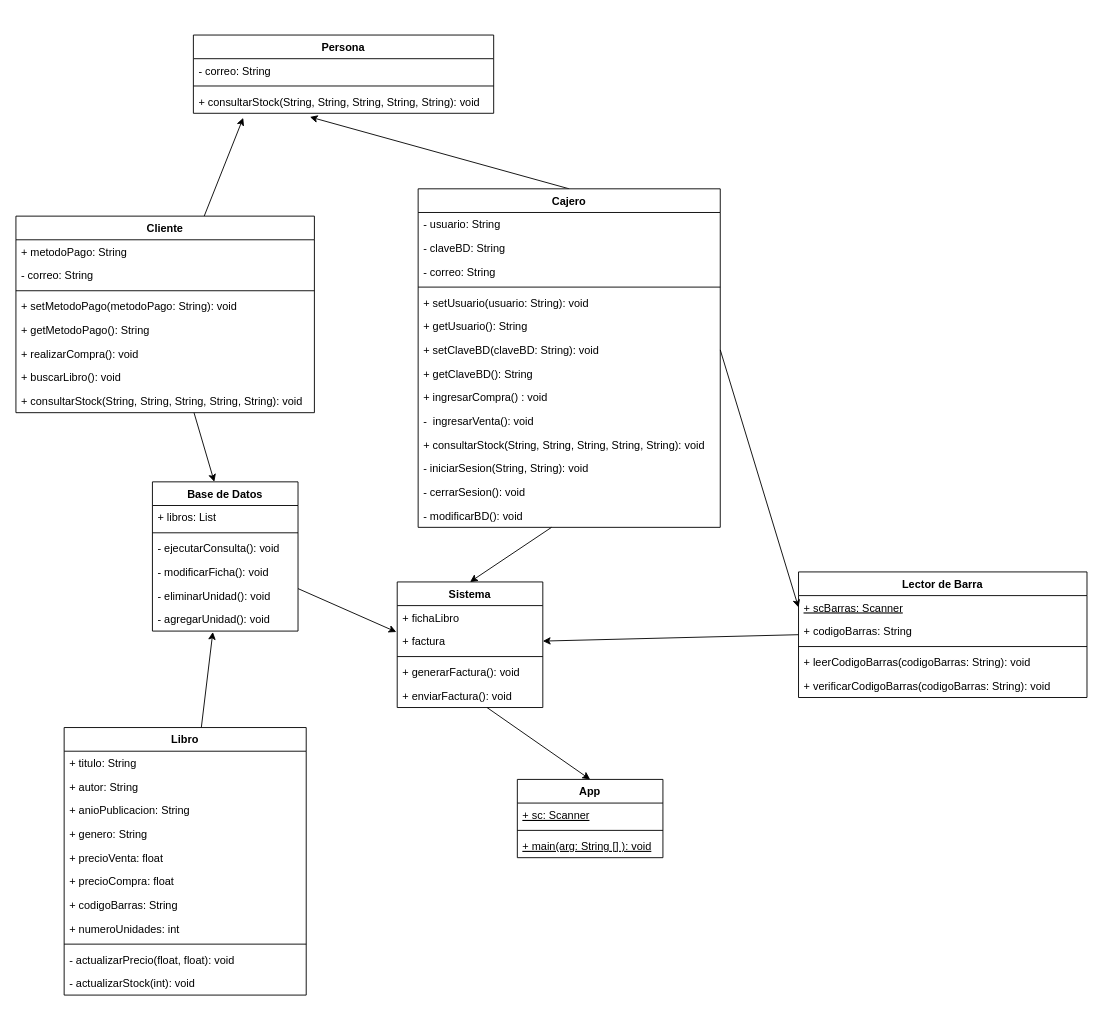
Before: design/DC_PrjL.dio in AlejandroTTD/Chapter-Connect-Library, a draw.io diagram. Source tidied: cells renumbered, new cells numbered last; positions are measured from the earlier drawing's top-left corner, leaving out a move shared by most shapes. Both pictures are drawn from the tidied source at 91%, with x=0, y=0 at pixel (15, 35).
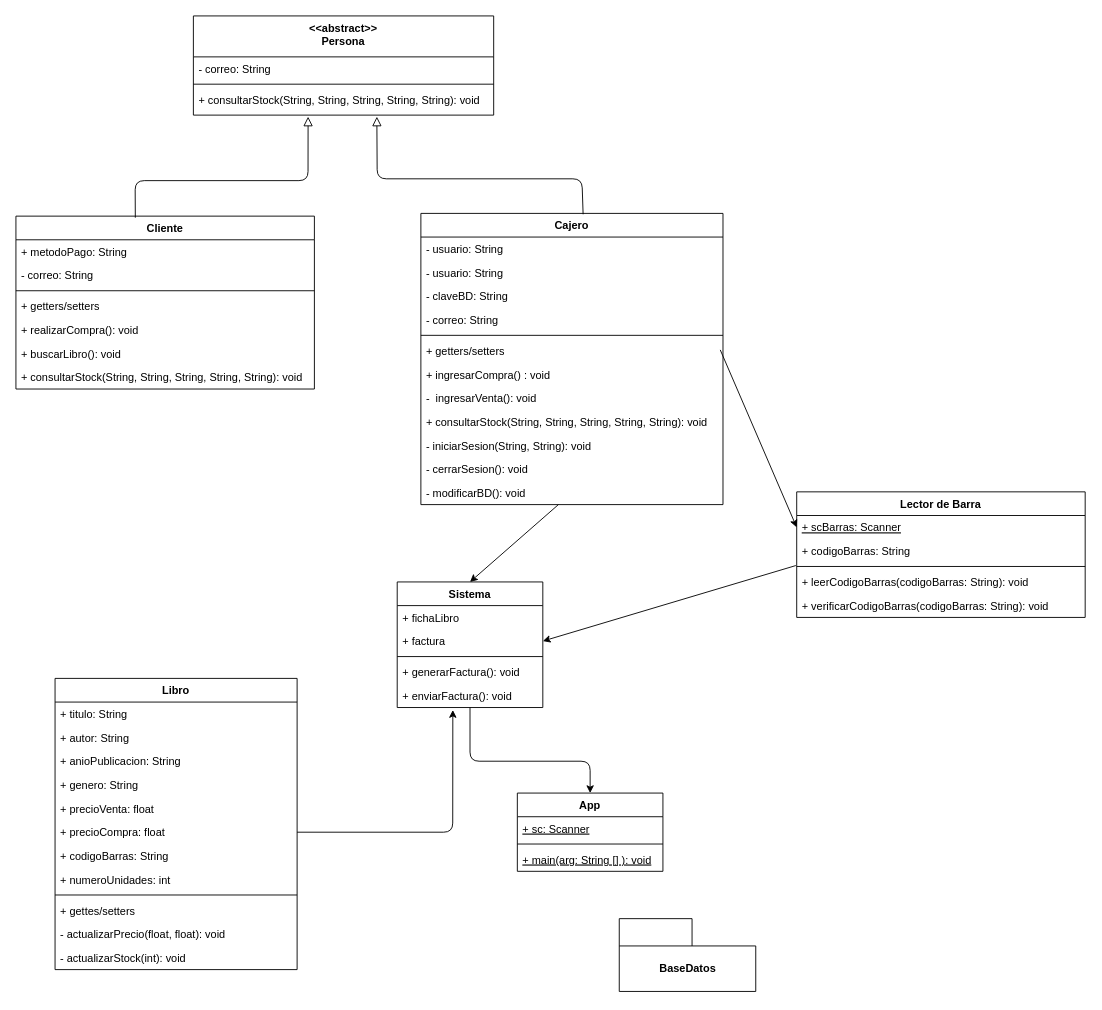
Above is the later version.

The change refers to these unchanged cells:
```xml
<mxCell id="34" value="+ scBarras: Scanner" style="text;strokeColor=none;fillColor=none;align=left;verticalAlign=top;spacingLeft=4;spacingRight=4;overflow=hidden;points=[[0,0.5],[1,0.5]];portConstraint=eastwest;fontStyle=4;" parent="33" vertex="1">
  <mxGeometry y="26" width="317" height="26" as="geometry" />
</mxCell>
<mxCell id="35" value="+ codigoBarras: String" style="text;strokeColor=none;fillColor=none;align=left;verticalAlign=top;spacingLeft=4;spacingRight=4;overflow=hidden;points=[[0,0.5],[1,0.5]];portConstraint=eastwest;" parent="33" vertex="1">
  <mxGeometry y="52" width="317" height="26" as="geometry" />
</mxCell>
<mxCell id="53" value="+ factura" style="text;strokeColor=none;fillColor=none;align=left;verticalAlign=top;spacingLeft=4;spacingRight=4;overflow=hidden;points=[[0,0.5],[1,0.5]];portConstraint=eastwest;" parent="51" vertex="1">
  <mxGeometry y="52" width="160" height="26" as="geometry" />
</mxCell>
<mxCell id="56" value="+ enviarFactura(): void" style="text;strokeColor=none;fillColor=none;align=left;verticalAlign=top;spacingLeft=4;spacingRight=4;overflow=hidden;points=[[0,0.5],[1,0.5]];portConstraint=eastwest;" parent="51" vertex="1">
  <mxGeometry y="112" width="160" height="26" as="geometry" />
</mxCell>
<mxCell id="64" value="+ precioCompra: float" style="text;strokeColor=none;fillColor=none;align=left;verticalAlign=top;spacingLeft=4;spacingRight=4;overflow=hidden;points=[[0,0.5],[1,0.5]];portConstraint=eastwest;" parent="58" vertex="1">
  <mxGeometry y="156" width="266" height="26" as="geometry" />
</mxCell>
```

Change to the diagram source:
```diff
@@
-    <mxCell id="2" style="edgeStyle=none;html=1;entryX=0.166;entryY=1.192;entryDx=0;entryDy=0;entryPerimeter=0;" parent="1" edge="1" source="4" target="32">
-      <mxGeometry relative="1" as="geometry" />
-    </mxCell>
-    <mxCell id="3" style="edgeStyle=none;html=1;entryX=0.425;entryY=0;entryDx=0;entryDy=0;entryPerimeter=0;" parent="1" edge="1" source="4" target="40">
-      <mxGeometry relative="1" as="geometry" />
-    </mxCell>
     <mxCell id="4" value="Cliente" style="swimlane;fontStyle=1;align=center;verticalAlign=top;horizontal=1;startSize=26;" parent="1" vertex="1">
-      <mxGeometry y="199" width="328" height="216" as="geometry" />
+      <mxGeometry y="199" width="328" height="190" as="geometry" />
     </mxCell>
@@
-    <mxCell id="8" value="+ setMetodoPago(metodoPago: String): void" style="text;strokeColor=none;fillColor=none;align=left;verticalAlign=top;spacingLeft=4;spacingRight=4;overflow=hidden;" parent="4" vertex="1">
+    <mxCell id="8" value="+ getters/setters" style="text;strokeColor=none;fillColor=none;align=left;verticalAlign=top;spacingLeft=4;spacingRight=4;overflow=hidden;" parent="4" vertex="1">
       <mxGeometry y="86" width="328" height="26" as="geometry" />
     </mxCell>
-    <mxCell id="9" value="+ getMetodoPago(): String" style="text;strokeColor=none;fillColor=none;align=left;verticalAlign=top;spacingLeft=4;spacingRight=4;overflow=hidden;" parent="4" vertex="1">
-      <mxGeometry y="112" width="328" height="26" as="geometry" />
-    </mxCell>
     <mxCell id="10" value="+ realizarCompra(): void" style="text;strokeColor=none;fillColor=none;align=left;verticalAlign=top;spacingLeft=4;spacingRight=4;overflow=hidden;" parent="4" vertex="1">
-      <mxGeometry y="138" width="328" height="26" as="geometry" />
+      <mxGeometry y="112" width="328" height="26" as="geometry" />
     </mxCell>
     <mxCell id="11" value="+ buscarLibro(): void" style="text;strokeColor=none;fillColor=none;align=left;verticalAlign=top;spacingLeft=4;spacingRight=4;overflow=hidden;" parent="4" vertex="1">
-      <mxGeometry y="164" width="328" height="26" as="geometry" />
+      <mxGeometry y="138" width="328" height="26" as="geometry" />
     </mxCell>
     <mxCell id="12" value="+ consultarStock(String, String, String, String, String): void" style="text;strokeColor=none;fillColor=none;align=left;verticalAlign=top;spacingLeft=4;spacingRight=4;overflow=hidden;" parent="4" vertex="1">
-      <mxGeometry y="190" width="328" height="26" as="geometry" />
+      <mxGeometry y="164" width="328" height="26" as="geometry" />
     </mxCell>
-    <mxCell id="13" style="edgeStyle=none;html=1;entryX=0.388;entryY=1.154;entryDx=0;entryDy=0;entryPerimeter=0;exitX=0.5;exitY=0;exitDx=0;exitDy=0;" parent="1" edge="1" source="14" target="32">
-      <mxGeometry relative="1" as="geometry" />
-    </mxCell>
     <mxCell id="14" value="Cajero" style="swimlane;fontStyle=1;align=center;verticalAlign=top;horizontal=1;startSize=26;" parent="1" vertex="1">
-      <mxGeometry x="442" y="169" width="332" height="372" as="geometry" />
+      <mxGeometry x="445" y="196" width="332" height="320" as="geometry" />
     </mxCell>
+    <mxCell id="74" value="- usuario: String" style="text;strokeColor=none;fillColor=none;align=left;verticalAlign=top;spacingLeft=4;spacingRight=4;overflow=hidden;" parent="14" vertex="1">
+      <mxGeometry y="26" width="332" height="26" as="geometry" />
+    </mxCell>
     <mxCell id="15" value="- usuario: String" style="text;strokeColor=none;fillColor=none;align=left;verticalAlign=top;spacingLeft=4;spacingRight=4;overflow=hidden;" parent="14" vertex="1">
-      <mxGeometry y="26" width="332" height="26" as="geometry" />
+      <mxGeometry y="52" width="332" height="26" as="geometry" />
     </mxCell>
     <mxCell id="16" value="- claveBD: String" style="text;strokeColor=none;fillColor=none;align=left;verticalAlign=top;spacingLeft=4;spacingRight=4;overflow=hidden;" parent="14" vertex="1">
-      <mxGeometry y="52" width="332" height="26" as="geometry" />
+      <mxGeometry y="78" width="332" height="26" as="geometry" />
     </mxCell>
     <mxCell id="17" value="- correo: String" style="text;strokeColor=none;fillColor=none;align=left;verticalAlign=top;spacingLeft=4;spacingRight=4;overflow=hidden;" parent="14" vertex="1">
-      <mxGeometry y="78" width="332" height="26" as="geometry" />
+      <mxGeometry y="104" width="332" height="26" as="geometry" />
     </mxCell>
     <mxCell id="18" style="line;strokeWidth=1;fillColor=none;align=left;verticalAlign=middle;spacingTop=-1;spacingLeft=3;spacingRight=3;labelPosition=right;strokeColor=inherit;" parent="14" vertex="1">
-      <mxGeometry y="104" width="332" height="8" as="geometry" />
+      <mxGeometry y="130" width="332" height="8" as="geometry" />
     </mxCell>
-    <mxCell id="19" value="+ setUsuario(usuario: String): void" style="text;strokeColor=none;fillColor=none;align=left;verticalAlign=top;spacingLeft=4;spacingRight=4;overflow=hidden;" parent="14" vertex="1">
-      <mxGeometry y="112" width="332" height="26" as="geometry" />
+    <mxCell id="19" value="+ getters/setters" style="text;strokeColor=none;fillColor=none;align=left;verticalAlign=top;spacingLeft=4;spacingRight=4;overflow=hidden;" parent="14" vertex="1">
+      <mxGeometry y="138" width="332" height="26" as="geometry" />
     </mxCell>
-    <mxCell id="20" value="+ getUsuario(): String" style="text;strokeColor=none;fillColor=none;align=left;verticalAlign=top;spacingLeft=4;spacingRight=4;overflow=hidden;" parent="14" vertex="1">
-      <mxGeometry y="138" width="332" height="26" as="geometry" />
-    </mxCell>
-    <mxCell id="21" value="+ setClaveBD(claveBD: String): void" style="text;strokeColor=none;fillColor=none;align=left;verticalAlign=top;spacingLeft=4;spacingRight=4;overflow=hidden;points=[[0,0.5],[1,0.5]];portConstraint=eastwest;" parent="14" vertex="1">
-      <mxGeometry y="164" width="332" height="26" as="geometry" />
-    </mxCell>
-    <mxCell id="22" value="+ getClaveBD(): String" style="text;strokeColor=none;fillColor=none;align=left;verticalAlign=top;spacingLeft=4;spacingRight=4;overflow=hidden;" parent="14" vertex="1">
-      <mxGeometry y="190" width="332" height="26" as="geometry" />
-    </mxCell>
     <mxCell id="23" value="+ ingresarCompra() : void" style="text;strokeColor=none;fillColor=none;align=left;verticalAlign=top;spacingLeft=4;spacingRight=4;overflow=hidden;" parent="14" vertex="1">
-      <mxGeometry y="216" width="332" height="26" as="geometry" />
+      <mxGeometry y="164" width="332" height="26" as="geometry" />
     </mxCell>
     <mxCell id="24" value="-  ingresarVenta(): void" style="text;strokeColor=none;fillColor=none;align=left;verticalAlign=top;spacingLeft=4;spacingRight=4;overflow=hidden;" parent="14" vertex="1">
-      <mxGeometry y="242" width="332" height="26" as="geometry" />
+      <mxGeometry y="190" width="332" height="26" as="geometry" />
     </mxCell>
     <mxCell id="25" value="+ consultarStock(String, String, String, String, String): void" style="text;strokeColor=none;fillColor=none;align=left;verticalAlign=top;spacingLeft=4;spacingRight=4;overflow=hidden;" parent="14" vertex="1">
-      <mxGeometry y="268" width="332" height="26" as="geometry" />
+      <mxGeometry y="216" width="332" height="26" as="geometry" />
     </mxCell>
     <mxCell id="26" value="- iniciarSesion(String, String): void" style="text;strokeColor=none;fillColor=none;align=left;verticalAlign=top;spacingLeft=4;spacingRight=4;overflow=hidden;" parent="14" vertex="1">
-      <mxGeometry y="294" width="332" height="26" as="geometry" />
+      <mxGeometry y="242" width="332" height="26" as="geometry" />
     </mxCell>
     <mxCell id="27" value="- cerrarSesion(): void" style="text;strokeColor=none;fillColor=none;align=left;verticalAlign=top;spacingLeft=4;spacingRight=4;overflow=hidden;" parent="14" vertex="1">
-      <mxGeometry y="320" width="332" height="26" as="geometry" />
+      <mxGeometry y="268" width="332" height="26" as="geometry" />
     </mxCell>
     <mxCell id="28" value="- modificarBD(): void&#10;" style="text;strokeColor=none;fillColor=none;align=left;verticalAlign=top;spacingLeft=4;spacingRight=4;overflow=hidden;points=[[0,0.5],[1,0.5]];portConstraint=eastwest;" parent="14" vertex="1">
-      <mxGeometry y="346" width="332" height="26" as="geometry" />
+      <mxGeometry y="294" width="332" height="26" as="geometry" />
     </mxCell>
-    <mxCell id="29" value="Persona" style="swimlane;fontStyle=1;align=center;verticalAlign=top;horizontal=1;startSize=26;" parent="1" vertex="1">
-      <mxGeometry x="195" width="330" height="86" as="geometry" />
+    <mxCell id="29" value="&lt;&lt;abstract&gt;&gt;&#10;Persona" style="swimlane;fontStyle=1;align=center;verticalAlign=top;horizontal=1;startSize=45;" parent="1" vertex="1">
+      <mxGeometry x="195" y="-21" width="330" height="109" as="geometry" />
     </mxCell>
     <mxCell id="30" value="- correo: String" style="text;strokeColor=none;fillColor=none;align=left;verticalAlign=top;spacingLeft=4;spacingRight=4;overflow=hidden;" parent="29" vertex="1">
-      <mxGeometry y="26" width="330" height="26" as="geometry" />
+      <mxGeometry y="45" width="330" height="26" as="geometry" />
     </mxCell>
     <mxCell id="31" style="line;strokeWidth=1;fillColor=none;align=left;verticalAlign=middle;spacingTop=-1;spacingLeft=3;spacingRight=3;labelPosition=right;strokeColor=inherit;" parent="29" vertex="1">
-      <mxGeometry y="52" width="330" height="8" as="geometry" />
+      <mxGeometry y="71" width="330" height="8" as="geometry" />
     </mxCell>
     <mxCell id="32" value="+ consultarStock(String, String, String, String, String): void" style="text;strokeColor=none;fillColor=none;align=left;verticalAlign=top;spacingLeft=4;spacingRight=4;overflow=hidden;points=[[0,0.5],[1,0.5]];portConstraint=eastwest;" parent="29" vertex="1">
-      <mxGeometry y="60" width="330" height="26" as="geometry" />
+      <mxGeometry y="79" width="330" height="30" as="geometry" />
     </mxCell>
     <mxCell id="33" value="Lector de Barra" style="swimlane;fontStyle=1;align=center;verticalAlign=top;horizontal=1;startSize=26;" parent="1" vertex="1">
-      <mxGeometry x="860" y="590" width="317" height="138" as="geometry" />
+      <mxGeometry x="858" y="502" width="317" height="138" as="geometry" />
     </mxCell>
@@
-    <mxCell id="39" style="edgeStyle=none;html=1;entryX=-0.006;entryY=0.115;entryDx=0;entryDy=0;entryPerimeter=0;" parent="1" edge="1" source="40" target="53">
-      <mxGeometry relative="1" as="geometry" />
-    </mxCell>
-    <mxCell id="40" value="Base de Datos" style="swimlane;fontStyle=1;align=center;verticalAlign=top;horizontal=1;startSize=26;" parent="1" vertex="1">
-      <mxGeometry x="150" y="491" width="160" height="164" as="geometry" />
-    </mxCell>
-    <mxCell id="41" value="+ libros: List" style="text;strokeColor=none;fillColor=none;align=left;verticalAlign=top;spacingLeft=4;spacingRight=4;overflow=hidden;" parent="40" vertex="1">
-      <mxGeometry y="26" width="160" height="26" as="geometry" />
-    </mxCell>
-    <mxCell id="42" style="line;strokeWidth=1;fillColor=none;align=left;verticalAlign=middle;spacingTop=-1;spacingLeft=3;spacingRight=3;labelPosition=right;strokeColor=inherit;" parent="40" vertex="1">
-      <mxGeometry y="52" width="160" height="8" as="geometry" />
-    </mxCell>
-    <mxCell id="43" value="- ejecutarConsulta(): void" style="text;strokeColor=none;fillColor=none;align=left;verticalAlign=top;spacingLeft=4;spacingRight=4;overflow=hidden;" parent="40" vertex="1">
-      <mxGeometry y="60" width="160" height="26" as="geometry" />
-    </mxCell>
-    <mxCell id="44" value="- modificarFicha(): void" style="text;strokeColor=none;fillColor=none;align=left;verticalAlign=top;spacingLeft=4;spacingRight=4;overflow=hidden;" parent="40" vertex="1">
-      <mxGeometry y="86" width="160" height="26" as="geometry" />
-    </mxCell>
-    <mxCell id="45" value="- eliminarUnidad(): void" style="text;strokeColor=none;fillColor=none;align=left;verticalAlign=top;spacingLeft=4;spacingRight=4;overflow=hidden;" parent="40" vertex="1">
-      <mxGeometry y="112" width="160" height="26" as="geometry" />
-    </mxCell>
-    <mxCell id="46" value="- agregarUnidad(): void" style="text;strokeColor=none;fillColor=none;align=left;verticalAlign=top;spacingLeft=4;spacingRight=4;overflow=hidden;points=[[0,0.5],[1,0.5]];portConstraint=eastwest;" parent="40" vertex="1">
-      <mxGeometry y="138" width="160" height="26" as="geometry" />
-    </mxCell>
     <mxCell id="47" value="App" style="swimlane;fontStyle=1;align=center;verticalAlign=top;horizontal=1;startSize=26;" parent="1" vertex="1">
-      <mxGeometry x="551" y="818" width="160" height="86" as="geometry" />
+      <mxGeometry x="551" y="833" width="160" height="86" as="geometry" />
     </mxCell>
@@
-    <mxCell id="57" style="edgeStyle=none;html=1;entryX=0.415;entryY=1.038;entryDx=0;entryDy=0;entryPerimeter=0;" parent="1" edge="1" source="58" target="46">
-      <mxGeometry relative="1" as="geometry" />
-    </mxCell>
     <mxCell id="58" value="Libro" style="swimlane;fontStyle=1;align=center;verticalAlign=top;horizontal=1;startSize=26;" parent="1" vertex="1">
-      <mxGeometry x="53" y="761" width="266" height="294" as="geometry" />
+      <mxGeometry x="43" y="707" width="266" height="320" as="geometry" />
     </mxCell>
@@
+    <mxCell id="75" value="+ gettes/setters&#10;" style="text;strokeColor=none;fillColor=none;align=left;verticalAlign=top;spacingLeft=4;spacingRight=4;overflow=hidden;" parent="58" vertex="1">
+      <mxGeometry y="242" width="266" height="26" as="geometry" />
+    </mxCell>
     <mxCell id="68" value="- actualizarPrecio(float, float): void" style="text;strokeColor=none;fillColor=none;align=left;verticalAlign=top;spacingLeft=4;spacingRight=4;overflow=hidden;" parent="58" vertex="1">
-      <mxGeometry y="242" width="266" height="26" as="geometry" />
+      <mxGeometry y="268" width="266" height="26" as="geometry" />
     </mxCell>
     <mxCell id="69" value="- actualizarStock(int): void" style="text;strokeColor=none;fillColor=none;align=left;verticalAlign=top;spacingLeft=4;spacingRight=4;overflow=hidden;" parent="58" vertex="1">
-      <mxGeometry y="268" width="266" height="26" as="geometry" />
+      <mxGeometry y="294" width="266" height="26" as="geometry" />
     </mxCell>
-    <mxCell id="70" style="edgeStyle=none;html=1;exitX=1;exitY=0.5;exitDx=0;exitDy=0;entryX=0;entryY=0.5;entryDx=0;entryDy=0;" parent="1" edge="1" source="21" target="34">
-      <mxGeometry relative="1" as="geometry" />
+    <mxCell id="70" style="edgeStyle=none;html=1;exitX=1;exitY=0.5;exitDx=0;exitDy=0;entryX=0;entryY=0.5;entryDx=0;entryDy=0;" parent="1" edge="1" target="34">
+      <mxGeometry relative="1" as="geometry">
+        <mxPoint x="774" y="346" as="sourcePoint" />
+      </mxGeometry>
     </mxCell>
@@
-    <mxCell id="72" style="edgeStyle=none;html=1;entryX=1;entryY=0.5;entryDx=0;entryDy=0;" parent="1" edge="1" source="35" target="53">
+    <mxCell id="72" style="edgeStyle=none;html=1;entryX=1;entryY=0.5;entryDx=0;entryDy=0;exitX=-0.003;exitY=1.115;exitDx=0;exitDy=0;exitPerimeter=0;" parent="1" edge="1" source="35" target="53">
       <mxGeometry relative="1" as="geometry" />
     </mxCell>
     <mxCell id="73" style="edgeStyle=none;html=1;entryX=0.5;entryY=0;entryDx=0;entryDy=0;" parent="1" edge="1" source="56" target="47">
-      <mxGeometry relative="1" as="geometry" />
+      <mxGeometry relative="1" as="geometry">
+        <Array as="points">
+          <mxPoint x="499" y="798" />
+          <mxPoint x="631" y="798" />
+        </Array>
+      </mxGeometry>
     </mxCell>
+    <mxCell id="76" value="BaseDatos" style="shape=folder;fontStyle=1;tabWidth=80;tabHeight=30;tabPosition=left;html=1;boundedLbl=1;" parent="1" vertex="1">
+      <mxGeometry x="663" y="971" width="150" height="80" as="geometry" />
+    </mxCell>
+    <mxCell id="2" style="endArrow=block;startArrow=none;endFill=0;startFill=0;endSize=8;html=1;verticalAlign=bottom;labelBackgroundColor=none;exitX=0.4;exitY=0.009;exitDx=0;exitDy=0;exitPerimeter=0;entryX=0.382;entryY=1.056;entryDx=0;entryDy=0;entryPerimeter=0;" parent="1" edge="1" source="4" target="32">
+      <mxGeometry relative="1" as="geometry">
+        <Array as="points">
+          <mxPoint x="131" y="160" />
+          <mxPoint x="321" y="160" />
+        </Array>
+      </mxGeometry>
+    </mxCell>
+    <mxCell id="13" style="endArrow=block;startArrow=none;endFill=0;startFill=0;endSize=8;html=1;verticalAlign=bottom;labelBackgroundColor=none;entryX=0.611;entryY=1.056;entryDx=0;entryDy=0;entryPerimeter=0;exitX=0.537;exitY=0.003;exitDx=0;exitDy=0;exitPerimeter=0;" parent="1" edge="1" source="14" target="32">
+      <mxGeometry relative="1" as="geometry">
+        <Array as="points">
+          <mxPoint x="622" y="158" />
+          <mxPoint x="397" y="158" />
+        </Array>
+      </mxGeometry>
+    </mxCell>
+    <mxCell id="77" style="edgeStyle=none;html=1;entryX=0.382;entryY=1.106;entryDx=0;entryDy=0;entryPerimeter=0;exitX=1;exitY=0.5;exitDx=0;exitDy=0;" parent="1" edge="1" source="64" target="56">
+      <mxGeometry relative="1" as="geometry">
+        <Array as="points">
+          <mxPoint x="480" y="876" />
+        </Array>
+      </mxGeometry>
+    </mxCell>
```
